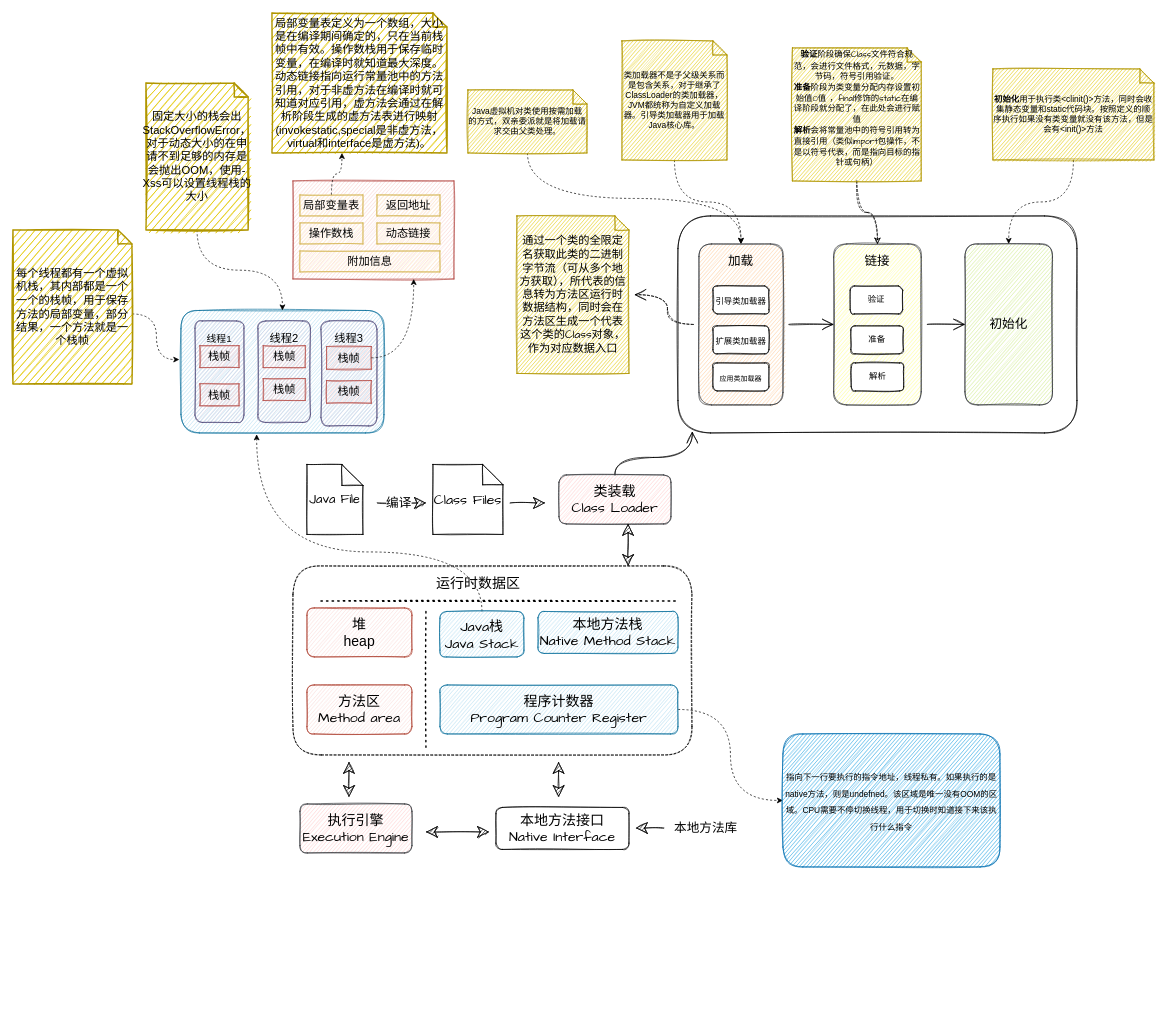
Above: study-note/JVM一览图.drawio in kchastes/blog (draw.io), before the change. Source tidied: cells renumbered, new cells numbered last; positions are measured from the earlier drawing's top-left corner, leaving out a move shared by most shapes. Both pictures are drawn from the tidied source at 70%, with x=0, y=0 at pixel (13, 13).
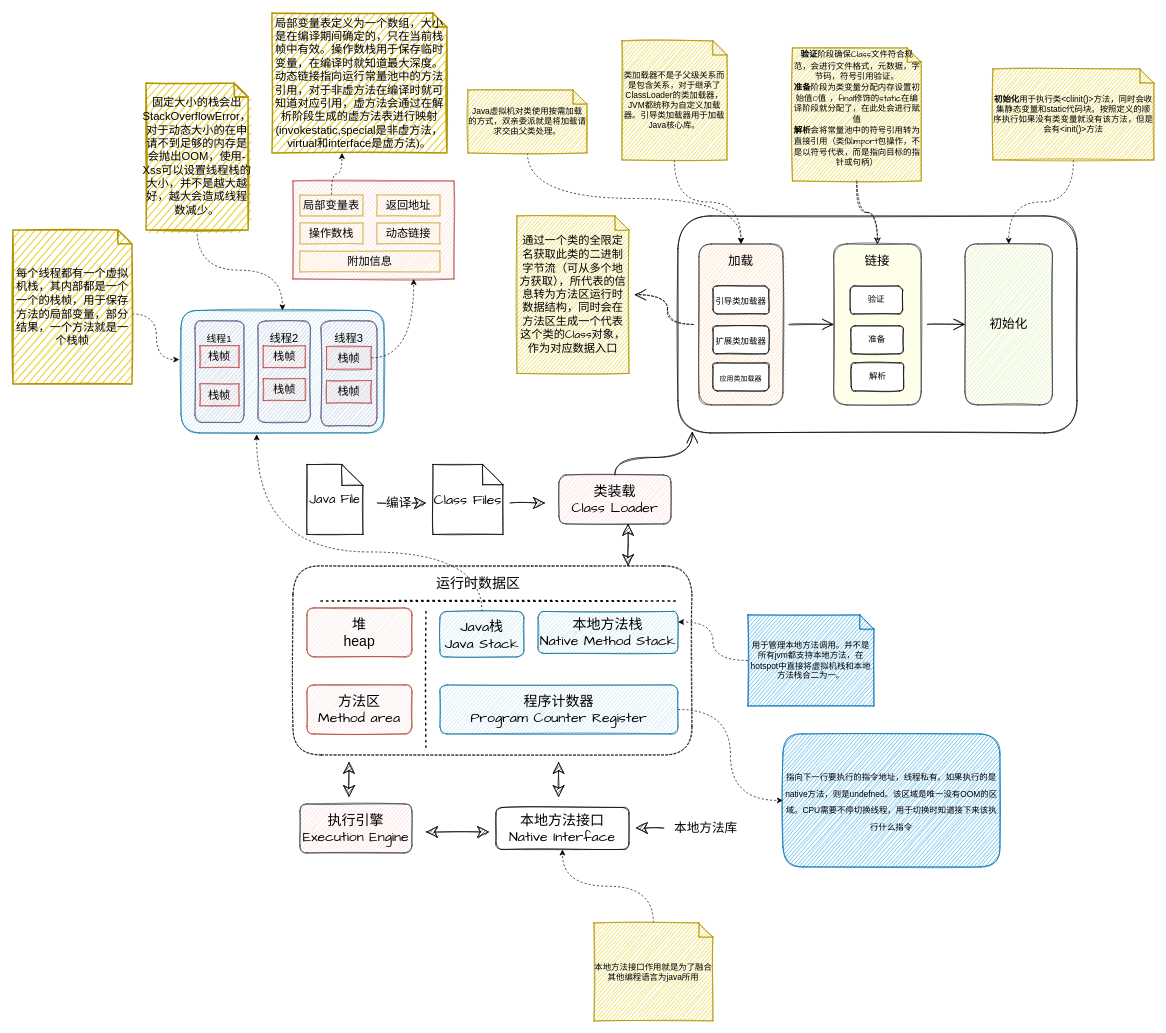
After the change.

The change refers to these unchanged cells:
```xml
<mxCell id="8" value="本地方法栈&lt;br&gt;Native Method Stack" style="rounded=1;whiteSpace=wrap;html=1;sketch=1;hachureGap=4;fontFamily=Architects Daughter;fontSize=20;fillColor=#b1ddf0;strokeColor=#10739e;" parent="1" vertex="1">
  <mxGeometry x="750" y="855" width="200" height="60" as="geometry" />
</mxCell>
<mxCell id="20" value="本地方法接口&lt;br&gt;Native Interface" style="rounded=1;whiteSpace=wrap;html=1;sketch=1;hachureGap=4;fontFamily=Architects Daughter;fontSize=20;fillColor=none;" parent="1" vertex="1">
  <mxGeometry x="690" y="1135" width="190" height="60" as="geometry" />
</mxCell>
```

Change to the diagram source:
```diff
@@
-    <mxCell id="72" value="&lt;font style=&quot;font-size: 16px;&quot;&gt;固定大小的栈会出StackOverflowError，对于动态大小的在申请不到足够的内存是会抛出OOM，使用-Xss可以设置线程栈的大小&lt;/font&gt;" style="shape=note;strokeWidth=2;fontSize=14;size=20;whiteSpace=wrap;html=1;fillColor=#e3c800;strokeColor=#B09500;sketch=1;fontColor=#000000;" parent="1" vertex="1">
+    <mxCell id="72" value="&lt;font style=&quot;font-size: 16px;&quot;&gt;固定大小的栈会出StackOverflowError，对于动态大小的在申请不到足够的内存是会抛出OOM，使用-Xss可以设置线程栈的大小，并不是越大越好，越大会造成线程数减少。&lt;/font&gt;" style="shape=note;strokeWidth=2;fontSize=14;size=20;whiteSpace=wrap;html=1;fillColor=#e3c800;strokeColor=#B09500;sketch=1;fontColor=#000000;" parent="1" vertex="1">
       <mxGeometry x="190" y="100" width="146" height="210" as="geometry" />
     </mxCell>
@@
+    <mxCell id="82" style="edgeStyle=orthogonalEdgeStyle;jettySize=auto;html=1;exitX=0.5;exitY=0;exitDx=0;exitDy=0;exitPerimeter=0;entryX=0.5;entryY=1;entryDx=0;entryDy=0;curved=1;dashed=1;" parent="1" edge="1" source="83" target="20">
+      <mxGeometry relative="1" as="geometry" />
+    </mxCell>
+    <mxCell id="83" value="本地方法接口作用就是为了融合其他编程语言为java所用" style="shape=note;size=20;whiteSpace=wrap;html=1;sketch=1;fillColor=#e3c800;fontColor=#000000;strokeColor=#B09500;" parent="1" vertex="1">
+      <mxGeometry x="830" y="1300" width="170" height="140" as="geometry" />
+    </mxCell>
+    <mxCell id="84" style="edgeStyle=orthogonalEdgeStyle;curved=1;jettySize=auto;html=1;exitX=0;exitY=0.5;exitDx=0;exitDy=0;exitPerimeter=0;entryX=1;entryY=0.25;entryDx=0;entryDy=0;dashed=1;fontColor=#000000;" parent="1" edge="1" source="85" target="8">
+      <mxGeometry relative="1" as="geometry" />
+    </mxCell>
+    <mxCell id="85" value="&lt;font color=&quot;#000000&quot;&gt;用于管理本地方法调用。并不是所有jvm都支持本地方法，在hotspot中直接将虚拟机栈和本地方法栈合二为一。&lt;/font&gt;" style="shape=note;size=20;whiteSpace=wrap;html=1;sketch=1;fillColor=#1ba1e2;fontColor=#ffffff;strokeColor=#006EAF;" parent="1" vertex="1">
+      <mxGeometry x="1050" y="860" width="180" height="130" as="geometry" />
+    </mxCell>
```
